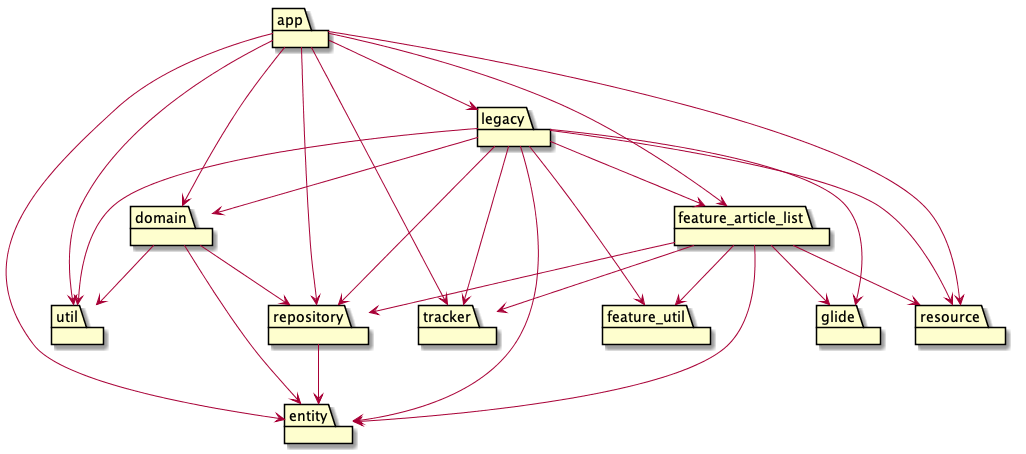
This is modules.png from phicdy/MyCuration, a PlantUML export, as it was before one commit. Its source is kept beside it as modules.plantuml.
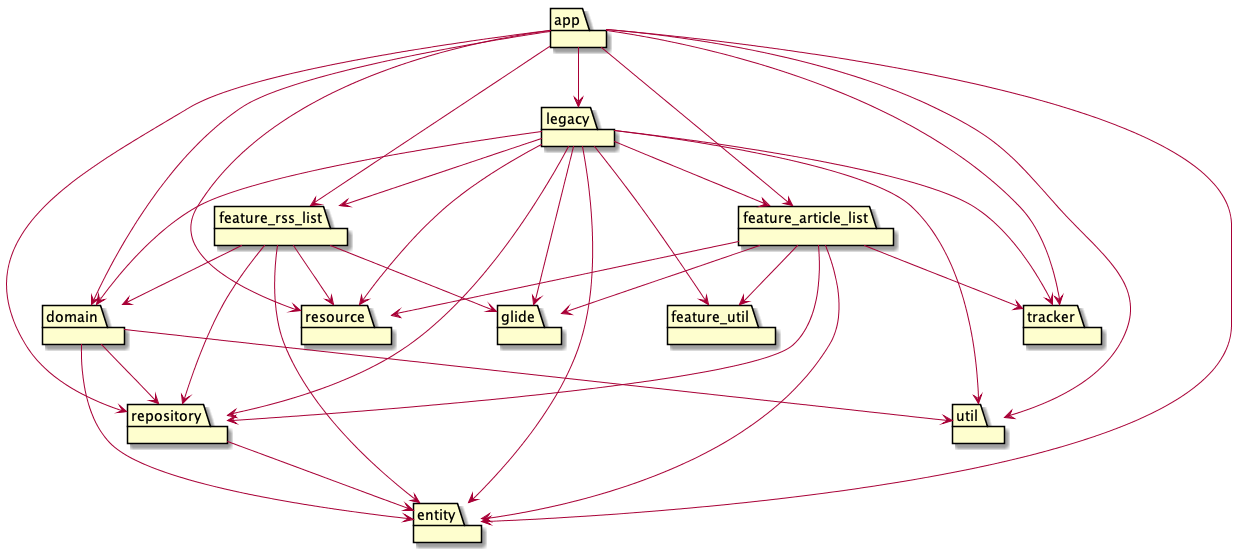
The same diagram one commit later.

Commit message:
Project: Update module dependencies

The edit, as a diff of the source:
```diff
@@ -6,6 +6,7 @@
 package domain
 package legacy
 package feature_article_list
+package feature_rss_list
 package feature_util
 package glide
 package resource
@@ -17,6 +18,7 @@
 app -down-> domain
 app -down-> legacy
 app -down-> feature_article_list
+app -down-> feature_rss_list
 app -down-> resource
 app -down-> util
 app -down-> tracker
@@ -32,11 +34,18 @@
 feature_article_list -down-> resource
 feature_article_list -down-> tracker
 
+feature_rss_list -down-> repository
+feature_rss_list -down-> domain
+feature_rss_list -down-> entity
+feature_rss_list -down-> glide
+feature_rss_list -down-> resource
+
 legacy -down-> repository
 legacy -down-> entity
 legacy -down-> domain
 legacy -down-> feature_util
 legacy -down-> feature_article_list
+legacy -down-> feature_rss_list
 legacy -down-> resource
 legacy -down-> util
 legacy -down-> tracker
```
